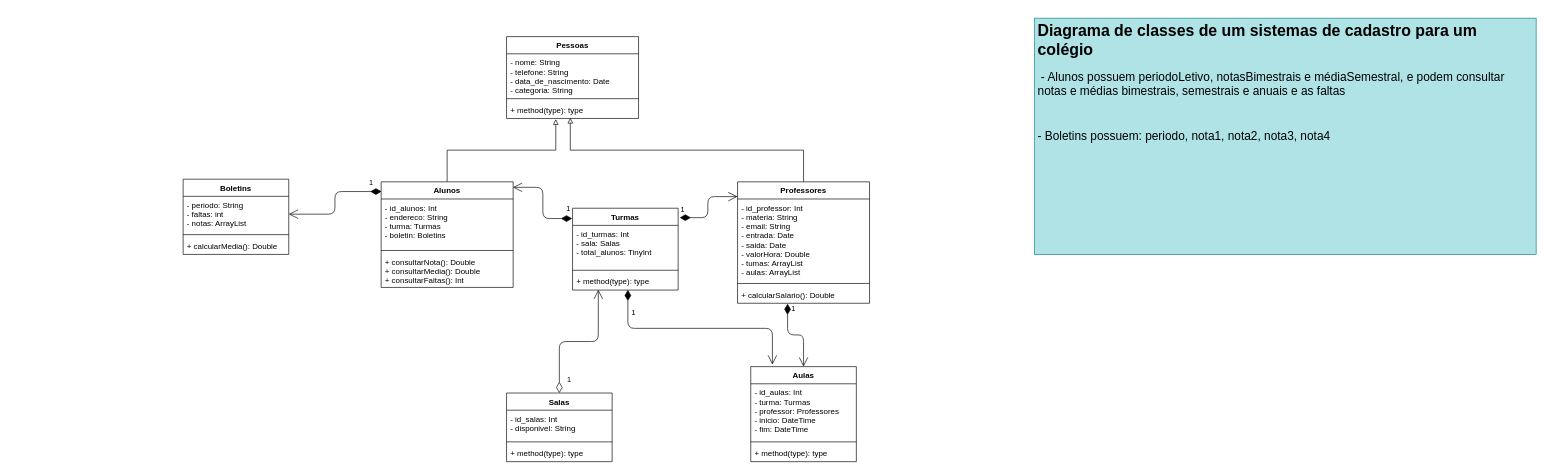
Earlier version of the draw.io diagram diagrama_classes.drawio (moreirafelipe/dh-poo-checkpoint1). Source tidied: cells renumbered, new cells numbered last; positions are measured from the earlier drawing's top-left corner, leaving out a move shared by most shapes. Both pictures are drawn from the tidied source at 66%, with x=0, y=0 at pixel (183, 18).
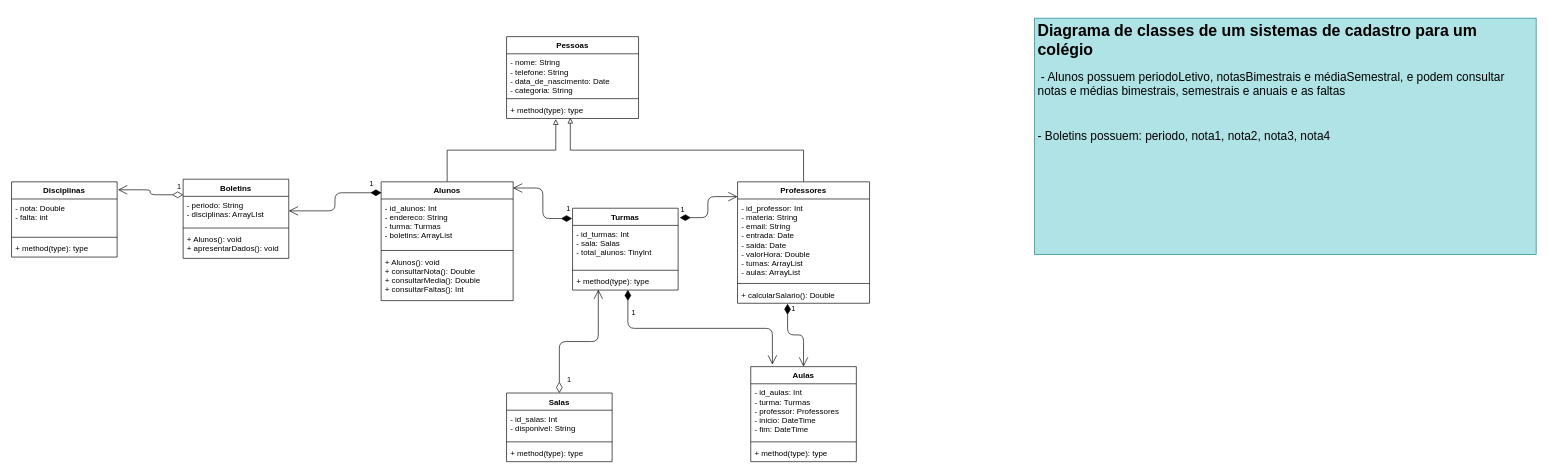
The same diagram, later.

The edit, as a diff of the source:
```diff
@@
     <mxCell id="20" value="Alunos" style="swimlane;fontStyle=1;align=center;verticalAlign=top;horizontal=1;startSize=26;" parent="1" vertex="1">
-      <mxGeometry x="300" y="248" width="200" height="160" as="geometry" />
+      <mxGeometry x="300" y="248" width="200" height="180" as="geometry" />
     </mxCell>
-    <mxCell id="21" value="- id_alunos: Int&#10;- endereco: String&#10;- turma: Turmas&#10;- boletin: Boletins&#10;" style="text;strokeColor=none;fillColor=none;align=left;verticalAlign=top;spacingLeft=4;spacingRight=4;overflow=hidden;" parent="20" vertex="1">
+    <mxCell id="21" value="- id_alunos: Int&#10;- endereco: String&#10;- turma: Turmas&#10;- boletins: ArrayList&#10;" style="text;strokeColor=none;fillColor=none;align=left;verticalAlign=top;spacingLeft=4;spacingRight=4;overflow=hidden;" parent="20" vertex="1">
       <mxGeometry y="26" width="200" height="74" as="geometry" />
     </mxCell>
@@
-    <mxCell id="23" value="+ consultarNota(): Double&#10;+ consultarMedia(): Double&#10;+ consultarFaltas(): Int" style="text;strokeColor=none;fillColor=none;align=left;verticalAlign=top;spacingLeft=4;spacingRight=4;overflow=hidden;" parent="20" vertex="1">
-      <mxGeometry y="108" width="200" height="52" as="geometry" />
+    <mxCell id="23" value="+ Alunos(): void&#10;+ consultarNota(): Double&#10;+ consultarMedia(): Double&#10;+ consultarFaltas(): Int" style="text;strokeColor=none;fillColor=none;align=left;verticalAlign=top;spacingLeft=4;spacingRight=4;overflow=hidden;" parent="20" vertex="1">
+      <mxGeometry y="108" width="200" height="72" as="geometry" />
     </mxCell>
@@
     <mxCell id="29" value="Boletins" style="swimlane;fontStyle=1;align=center;verticalAlign=top;horizontal=1;startSize=26;" parent="1" vertex="1">
-      <mxGeometry y="244" width="160" height="114" as="geometry" />
+      <mxGeometry y="244" width="160" height="120" as="geometry" />
     </mxCell>
-    <mxCell id="30" value="- periodo: String&#10;- faltas: int&#10;- notas: ArrayList" style="text;strokeColor=none;fillColor=none;align=left;verticalAlign=top;spacingLeft=4;spacingRight=4;overflow=hidden;points=[[0,0.5],[1,0.5]];portConstraint=eastwest;" parent="29" vertex="1">
-      <mxGeometry y="26" width="160" height="54" as="geometry" />
+    <mxCell id="30" value="- periodo: String&#10;- disciplinas: ArrayLIst" style="text;strokeColor=none;fillColor=none;align=left;verticalAlign=top;spacingLeft=4;spacingRight=4;overflow=hidden;points=[[0,0.5],[1,0.5]];portConstraint=eastwest;" parent="29" vertex="1">
+      <mxGeometry y="26" width="160" height="44" as="geometry" />
     </mxCell>
     <mxCell id="31" style="line;strokeWidth=1;fillColor=none;align=left;verticalAlign=middle;spacingTop=-1;spacingLeft=3;spacingRight=3;labelPosition=right;" parent="29" vertex="1">
-      <mxGeometry y="80" width="160" height="8" as="geometry" />
+      <mxGeometry y="70" width="160" height="8" as="geometry" />
     </mxCell>
-    <mxCell id="32" value="+ calcularMedia(): Double" style="text;strokeColor=none;fillColor=none;align=left;verticalAlign=top;spacingLeft=4;spacingRight=4;overflow=hidden;" parent="29" vertex="1">
-      <mxGeometry y="88" width="160" height="26" as="geometry" />
+    <mxCell id="32" value="+ Alunos(): void&#10;+ apresentarDados(): void" style="text;strokeColor=none;fillColor=none;align=left;verticalAlign=top;spacingLeft=4;spacingRight=4;overflow=hidden;" parent="29" vertex="1">
+      <mxGeometry y="78" width="160" height="42" as="geometry" />
     </mxCell>
@@
+    <mxCell id="39" value="Disciplinas" style="swimlane;fontStyle=1;align=center;verticalAlign=top;horizontal=1;startSize=26;" parent="1" vertex="1">
+      <mxGeometry x="-260" y="248" width="160" height="114" as="geometry" />
+    </mxCell>
+    <mxCell id="40" value="- nota: Double&#10;- falta: int" style="text;strokeColor=none;fillColor=none;align=left;verticalAlign=top;spacingLeft=4;spacingRight=4;overflow=hidden;" parent="39" vertex="1">
+      <mxGeometry y="26" width="160" height="54" as="geometry" />
+    </mxCell>
+    <mxCell id="41" style="line;strokeWidth=1;fillColor=none;align=left;verticalAlign=middle;spacingTop=-1;spacingLeft=3;spacingRight=3;labelPosition=right;" parent="39" vertex="1">
+      <mxGeometry y="80" width="160" height="8" as="geometry" />
+    </mxCell>
+    <mxCell id="42" value="+ method(type): type" style="text;strokeColor=none;fillColor=none;align=left;verticalAlign=top;spacingLeft=4;spacingRight=4;overflow=hidden;" parent="39" vertex="1">
+      <mxGeometry y="88" width="160" height="26" as="geometry" />
+    </mxCell>
+    <mxCell id="43" value="1" style="endArrow=open;html=1;endSize=12;startArrow=diamondThin;startSize=14;startFill=0;edgeStyle=orthogonalEdgeStyle;align=left;verticalAlign=bottom;exitX=0.001;exitY=0.197;exitDx=0;exitDy=0;exitPerimeter=0;entryX=1.008;entryY=0.106;entryDx=0;entryDy=0;entryPerimeter=0;" parent="1" edge="1" source="29" target="39">
+      <mxGeometry x="-0.8" y="-4" relative="1" as="geometry" />
+    </mxCell>
```
